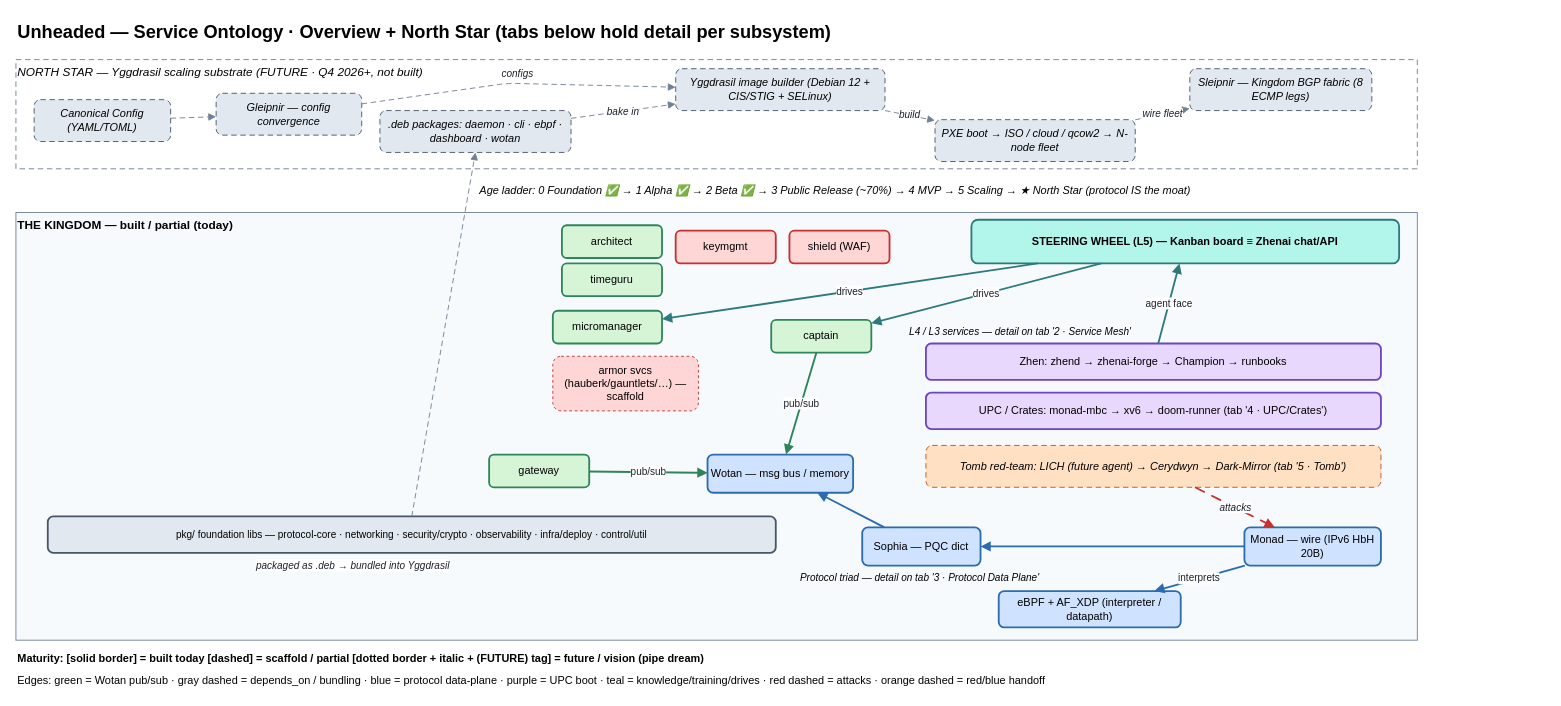
Before: page "1 · Overview + North Star" (1 of 6) of docs/architecture/service-ontology.drawio in unheaded/unheaded, a draw.io diagram. Source tidied: cells renumbered, new cells numbered last; positions are measured from the earlier drawing's top-left corner, leaving out a move shared by most shapes. Both pictures are drawn from the tidied source at 91%, with x=0, y=0 at pixel (15, 15).
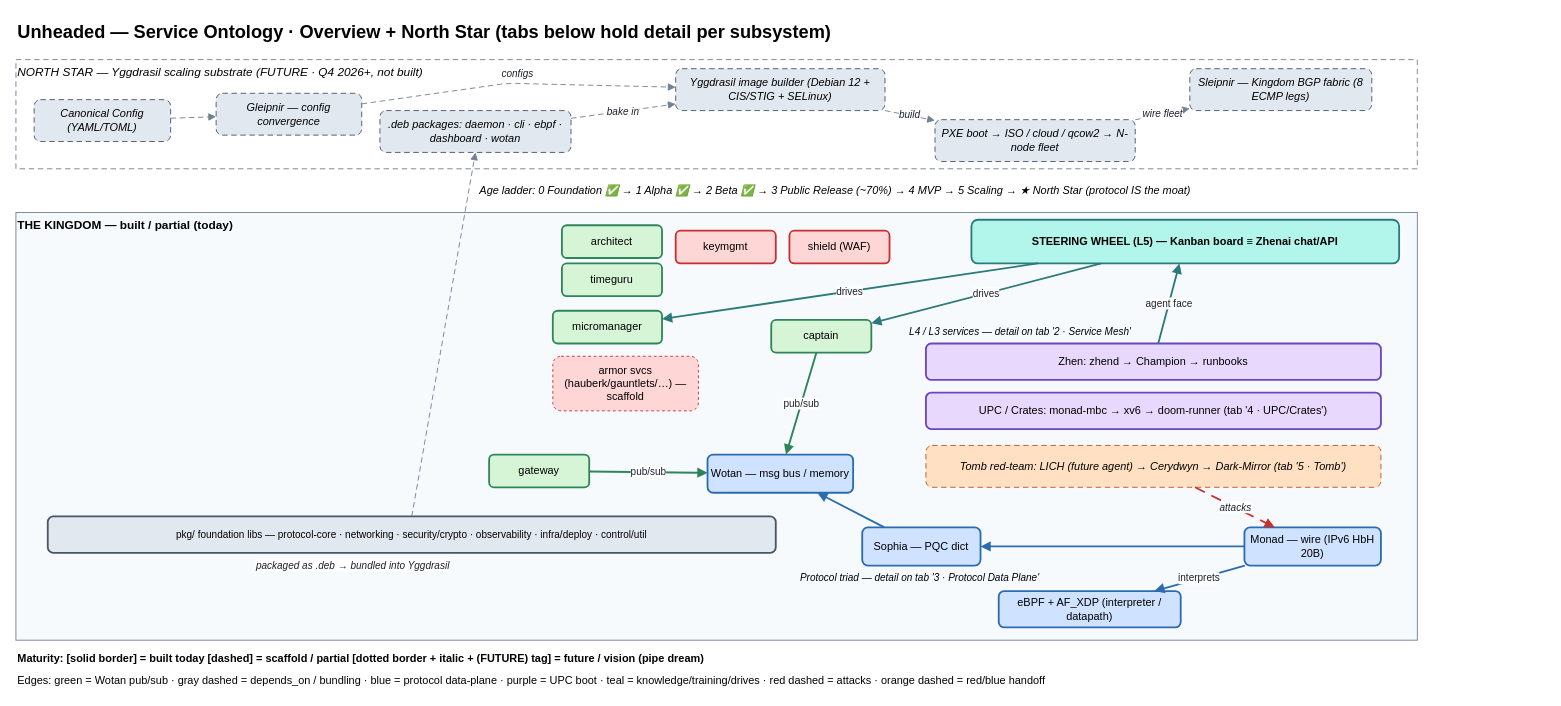
The same diagram, later.

Commit message (it also covers changes not shown here):
docs: forge mentions in living docs name unheaded-forge

What changed in the source:
```diff
@@
-    <mxCell id="37" value="Zhen: zhend → zhenai-forge → Champion → runbooks" style="rounded=1;whiteSpace=wrap;html=1;fillColor=#e9d8fd;strokeColor=#6b46c1;strokeWidth=2;" parent="1" vertex="1">
+    <mxCell id="37" value="Zhen: zhend → Champion → runbooks" style="rounded=1;whiteSpace=wrap;html=1;fillColor=#e9d8fd;strokeColor=#6b46c1;strokeWidth=2;" parent="1" vertex="1">
       <mxGeometry x="1000" y="360" width="500" height="40" as="geometry" />
     </mxCell>
```
